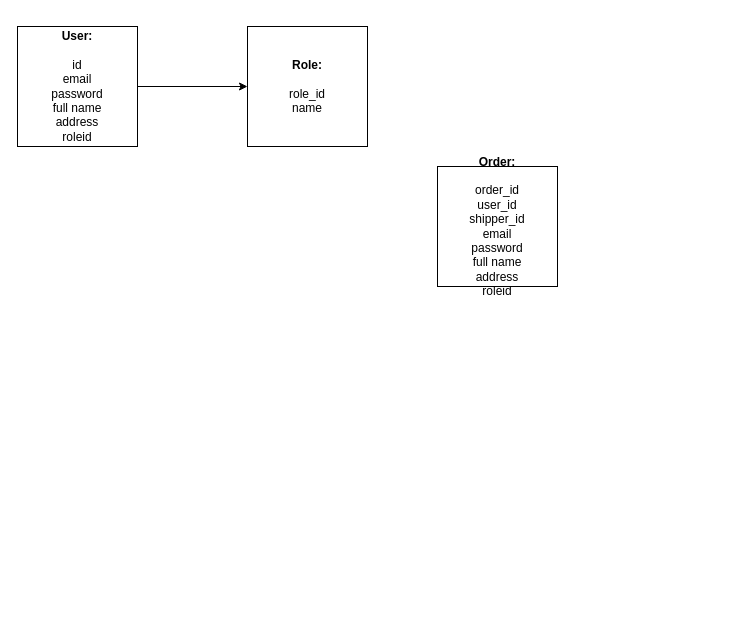
The draw.io diagram shoeshop.drawio in binh1922004/preTest, before the edit. Source tidied: cells renumbered, new cells numbered last; positions are measured from the earlier drawing's top-left corner, leaving out a move shared by most shapes. Both pictures are drawn from the tidied source at 100%, with x=0, y=0 at pixel (17, 26).
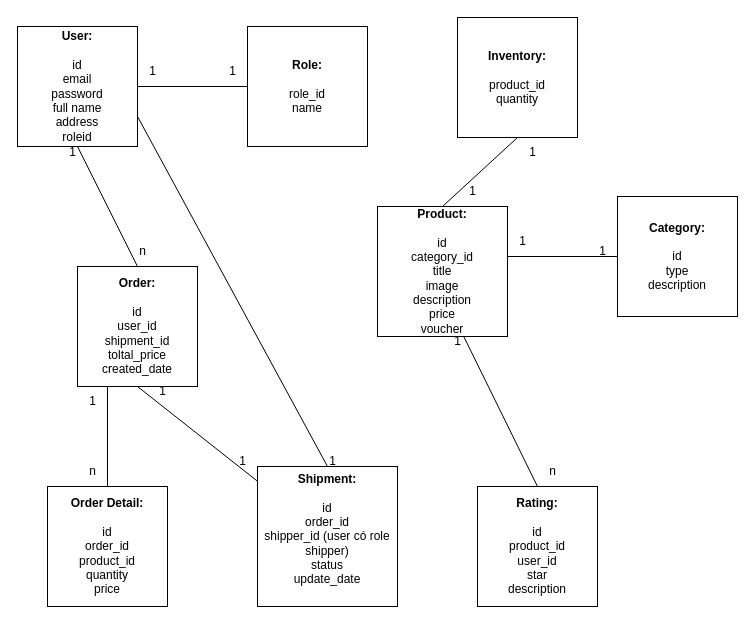
After the change.

Unchanged cells that the change refers to:
```xml
<mxCell id="3" value="&lt;b&gt;User:&lt;/b&gt;&lt;div&gt;&lt;br&gt;&lt;/div&gt;&lt;div&gt;id&lt;/div&gt;&lt;div&gt;email&lt;/div&gt;&lt;div&gt;password&lt;/div&gt;&lt;div&gt;full name&lt;/div&gt;&lt;div&gt;address&lt;/div&gt;&lt;div&gt;roleid&lt;/div&gt;" style="whiteSpace=wrap;html=1;" parent="1" vertex="1">
  <mxGeometry width="120" height="120" as="geometry" />
</mxCell>
<mxCell id="4" value="&lt;b&gt;Role:&lt;/b&gt;&lt;div&gt;&lt;br&gt;&lt;/div&gt;&lt;div&gt;role_id&lt;/div&gt;&lt;div&gt;name&lt;/div&gt;" style="whiteSpace=wrap;html=1;" parent="1" vertex="1">
  <mxGeometry x="230" width="120" height="120" as="geometry" />
</mxCell>
```

Diff of the diagram source:
```diff
@@
-    <mxCell id="2" style="edgeStyle=orthogonalEdgeStyle;rounded=0;jettySize=auto;html=1;entryX=0;entryY=0.5;entryDx=0;entryDy=0;" parent="1" edge="1" source="3" target="4">
-      <mxGeometry relative="1" as="geometry" />
-    </mxCell>
@@
-    <mxCell id="5" value="&lt;b&gt;Order:&lt;/b&gt;&lt;div&gt;&lt;br&gt;&lt;/div&gt;&lt;div&gt;order_id&lt;/div&gt;&lt;div&gt;user_id&lt;/div&gt;&lt;div&gt;shipper_id&lt;/div&gt;&lt;div&gt;email&lt;/div&gt;&lt;div&gt;password&lt;/div&gt;&lt;div&gt;full name&lt;/div&gt;&lt;div&gt;address&lt;/div&gt;&lt;div&gt;roleid&lt;/div&gt;" style="whiteSpace=wrap;html=1;" parent="1" vertex="1">
-      <mxGeometry x="420" y="140" width="120" height="120" as="geometry" />
+    <mxCell id="5" value="&lt;b&gt;Order:&lt;/b&gt;&lt;div&gt;&lt;br&gt;&lt;/div&gt;&lt;div&gt;id&lt;/div&gt;&lt;div&gt;user_id&lt;/div&gt;&lt;div&gt;shipment_id&lt;/div&gt;&lt;div&gt;toltal_price&lt;/div&gt;&lt;div&gt;created_date&lt;/div&gt;" style="whiteSpace=wrap;html=1;" parent="1" vertex="1">
+      <mxGeometry x="60" y="240" width="120" height="120" as="geometry" />
     </mxCell>
+    <mxCell id="6" value="&lt;b&gt;Product:&lt;/b&gt;&lt;div&gt;&lt;br&gt;&lt;/div&gt;&lt;div&gt;id&lt;/div&gt;&lt;div&gt;category_id&lt;/div&gt;&lt;div&gt;title&lt;/div&gt;&lt;div&gt;image&lt;/div&gt;&lt;div&gt;description&lt;/div&gt;&lt;div&gt;price&lt;/div&gt;&lt;div&gt;voucher&lt;/div&gt;" style="whiteSpace=wrap;html=1;" parent="1" vertex="1">
+      <mxGeometry x="360" y="180" width="130" height="130" as="geometry" />
+    </mxCell>
+    <mxCell id="7" value="&lt;b&gt;Category:&lt;/b&gt;&lt;div&gt;&lt;br&gt;&lt;/div&gt;&lt;div&gt;id&lt;/div&gt;&lt;div&gt;type&lt;/div&gt;&lt;div&gt;description&lt;/div&gt;" style="whiteSpace=wrap;html=1;" parent="1" vertex="1">
+      <mxGeometry x="600" y="170" width="120" height="120" as="geometry" />
+    </mxCell>
+    <mxCell id="8" value="&lt;b&gt;Order Detail:&lt;/b&gt;&lt;div&gt;&lt;br&gt;&lt;/div&gt;&lt;div&gt;id&lt;/div&gt;&lt;div&gt;order_id&lt;/div&gt;&lt;div&gt;product_id&lt;/div&gt;&lt;div&gt;quantity&lt;/div&gt;&lt;div&gt;price&lt;/div&gt;" style="whiteSpace=wrap;html=1;" parent="1" vertex="1">
+      <mxGeometry x="30" y="460" width="120" height="120" as="geometry" />
+    </mxCell>
+    <mxCell id="9" value="&lt;b&gt;Inventory:&lt;/b&gt;&lt;div&gt;&lt;br&gt;&lt;/div&gt;&lt;div&gt;product_id&lt;/div&gt;&lt;div&gt;quantity&lt;/div&gt;" style="whiteSpace=wrap;html=1;" parent="1" vertex="1">
+      <mxGeometry x="440" y="-9" width="120" height="120" as="geometry" />
+    </mxCell>
+    <mxCell id="10" value="&lt;b&gt;Rating:&lt;/b&gt;&lt;div&gt;&lt;br&gt;&lt;/div&gt;&lt;div&gt;id&lt;/div&gt;&lt;div&gt;product_id&lt;/div&gt;&lt;div&gt;user_id&lt;/div&gt;&lt;div&gt;star&lt;/div&gt;&lt;div&gt;description&lt;/div&gt;" style="whiteSpace=wrap;html=1;" parent="1" vertex="1">
+      <mxGeometry x="460" y="460" width="120" height="120" as="geometry" />
+    </mxCell>
+    <mxCell id="11" value="&lt;b&gt;Shipment:&lt;/b&gt;&lt;div&gt;&lt;br&gt;&lt;/div&gt;&lt;div&gt;id&lt;/div&gt;&lt;div&gt;order_id&lt;/div&gt;&lt;div&gt;shipper_id (user có role shipper)&lt;/div&gt;&lt;div&gt;status&lt;/div&gt;&lt;div&gt;update_date&lt;/div&gt;&lt;div&gt;&lt;br&gt;&lt;/div&gt;" style="whiteSpace=wrap;html=1;" parent="1" vertex="1">
+      <mxGeometry x="240" y="440" width="140" height="140" as="geometry" />
+    </mxCell>
+    <mxCell id="12" style="endArrow=none;html=1;rounded=0;entryX=1;entryY=0.5;entryDx=0;entryDy=0;exitX=0;exitY=0.5;exitDx=0;exitDy=0;" parent="1" edge="1" source="4" target="3">
+      <mxGeometry relative="1" as="geometry" />
+    </mxCell>
+    <mxCell id="13" style="endArrow=none;html=1;rounded=0;entryX=1;entryY=0.5;entryDx=0;entryDy=0;exitX=0.5;exitY=0;exitDx=0;exitDy=0;" parent="1" edge="1" source="5">
+      <mxGeometry relative="1" as="geometry">
+        <mxPoint x="60" y="120" as="targetPoint" />
+      </mxGeometry>
+    </mxCell>
+    <mxCell id="14" style="endArrow=none;html=1;rounded=0;entryX=0.5;entryY=0;entryDx=0;entryDy=0;exitX=0.25;exitY=1;exitDx=0;exitDy=0;" parent="1" edge="1" source="5" target="8">
+      <mxGeometry relative="1" as="geometry" />
+    </mxCell>
+    <mxCell id="15" style="endArrow=none;html=1;rounded=0;exitX=0.5;exitY=1;exitDx=0;exitDy=0;" parent="1" edge="1" source="5" target="11">
+      <mxGeometry relative="1" as="geometry" />
+    </mxCell>
+    <mxCell id="16" style="endArrow=none;html=1;rounded=0;exitX=0.665;exitY=1.003;exitDx=0;exitDy=0;entryX=0.5;entryY=0;entryDx=0;entryDy=0;exitPerimeter=0;" parent="1" edge="1" source="6" target="10">
+      <mxGeometry relative="1" as="geometry" />
+    </mxCell>
+    <mxCell id="17" style="endArrow=none;html=1;rounded=0;exitX=0.5;exitY=1;exitDx=0;exitDy=0;entryX=0;entryY=0.5;entryDx=0;entryDy=0;" parent="1" edge="1" target="7">
+      <mxGeometry relative="1" as="geometry">
+        <mxPoint x="490" y="230" as="sourcePoint" />
+      </mxGeometry>
+    </mxCell>
+    <mxCell id="18" style="endArrow=none;html=1;rounded=0;exitX=0.5;exitY=0;exitDx=0;exitDy=0;entryX=0.5;entryY=1;entryDx=0;entryDy=0;" parent="1" edge="1" source="6" target="9">
+      <mxGeometry relative="1" as="geometry" />
+    </mxCell>
+    <mxCell id="19" style="endArrow=none;html=1;rounded=0;exitX=1;exitY=0.75;exitDx=0;exitDy=0;entryX=0.5;entryY=0;entryDx=0;entryDy=0;" parent="1" edge="1" source="3" target="11">
+      <mxGeometry relative="1" as="geometry" />
+    </mxCell>
+    <mxCell id="20" value="1" style="text;html=1;align=center;verticalAlign=middle;strokeColor=none;fillColor=none;" parent="1" vertex="1">
+      <mxGeometry x="120" y="30" width="30" height="30" as="geometry" />
+    </mxCell>
+    <mxCell id="21" value="1" style="text;html=1;align=center;verticalAlign=middle;strokeColor=none;fillColor=none;" parent="1" vertex="1">
+      <mxGeometry x="200" y="30" width="30" height="30" as="geometry" />
+    </mxCell>
+    <mxCell id="22" value="1" style="text;html=1;align=center;verticalAlign=middle;strokeColor=none;fillColor=none;" parent="1" vertex="1">
+      <mxGeometry x="40" y="111" width="30" height="30" as="geometry" />
+    </mxCell>
+    <mxCell id="23" value="1" style="text;html=1;align=center;verticalAlign=middle;strokeColor=none;fillColor=none;" parent="1" vertex="1">
+      <mxGeometry x="130" y="350" width="30" height="30" as="geometry" />
+    </mxCell>
+    <mxCell id="24" value="1" style="text;html=1;align=center;verticalAlign=middle;strokeColor=none;fillColor=none;" parent="1" vertex="1">
+      <mxGeometry x="425" y="300" width="30" height="30" as="geometry" />
+    </mxCell>
+    <mxCell id="25" value="1" style="text;html=1;align=center;verticalAlign=middle;strokeColor=none;fillColor=none;" parent="1" vertex="1">
+      <mxGeometry x="210" y="420" width="30" height="30" as="geometry" />
+    </mxCell>
+    <mxCell id="26" value="1" style="text;html=1;align=center;verticalAlign=middle;strokeColor=none;fillColor=none;" parent="1" vertex="1">
+      <mxGeometry x="60" y="360" width="30" height="30" as="geometry" />
+    </mxCell>
+    <mxCell id="27" value="1" style="text;html=1;align=center;verticalAlign=middle;strokeColor=none;fillColor=none;" parent="1" vertex="1">
+      <mxGeometry x="490" y="200" width="30" height="30" as="geometry" />
+    </mxCell>
+    <mxCell id="28" value="1" style="text;html=1;align=center;verticalAlign=middle;strokeColor=none;fillColor=none;" parent="1" vertex="1">
+      <mxGeometry x="570" y="210" width="30" height="30" as="geometry" />
+    </mxCell>
+    <mxCell id="29" value="1" style="text;html=1;align=center;verticalAlign=middle;strokeColor=none;fillColor=none;" parent="1" vertex="1">
+      <mxGeometry x="440" y="150" width="30" height="30" as="geometry" />
+    </mxCell>
+    <mxCell id="30" value="1" style="text;html=1;align=center;verticalAlign=middle;strokeColor=none;fillColor=none;" parent="1" vertex="1">
+      <mxGeometry x="500" y="111" width="30" height="30" as="geometry" />
+    </mxCell>
+    <mxCell id="31" value="n" style="text;html=1;align=center;verticalAlign=middle;strokeColor=none;fillColor=none;" parent="1" vertex="1">
+      <mxGeometry x="520" y="430" width="30" height="30" as="geometry" />
+    </mxCell>
+    <mxCell id="32" value="n" style="text;html=1;align=center;verticalAlign=middle;strokeColor=none;fillColor=none;" parent="1" vertex="1">
+      <mxGeometry x="60" y="430" width="30" height="30" as="geometry" />
+    </mxCell>
+    <mxCell id="33" value="n" style="text;html=1;align=center;verticalAlign=middle;strokeColor=none;fillColor=none;" parent="1" vertex="1">
+      <mxGeometry x="110" y="210" width="30" height="30" as="geometry" />
+    </mxCell>
+    <mxCell id="34" value="1" style="text;html=1;align=center;verticalAlign=middle;strokeColor=none;fillColor=none;" parent="1" vertex="1">
+      <mxGeometry x="300" y="420" width="30" height="30" as="geometry" />
+    </mxCell>
```
